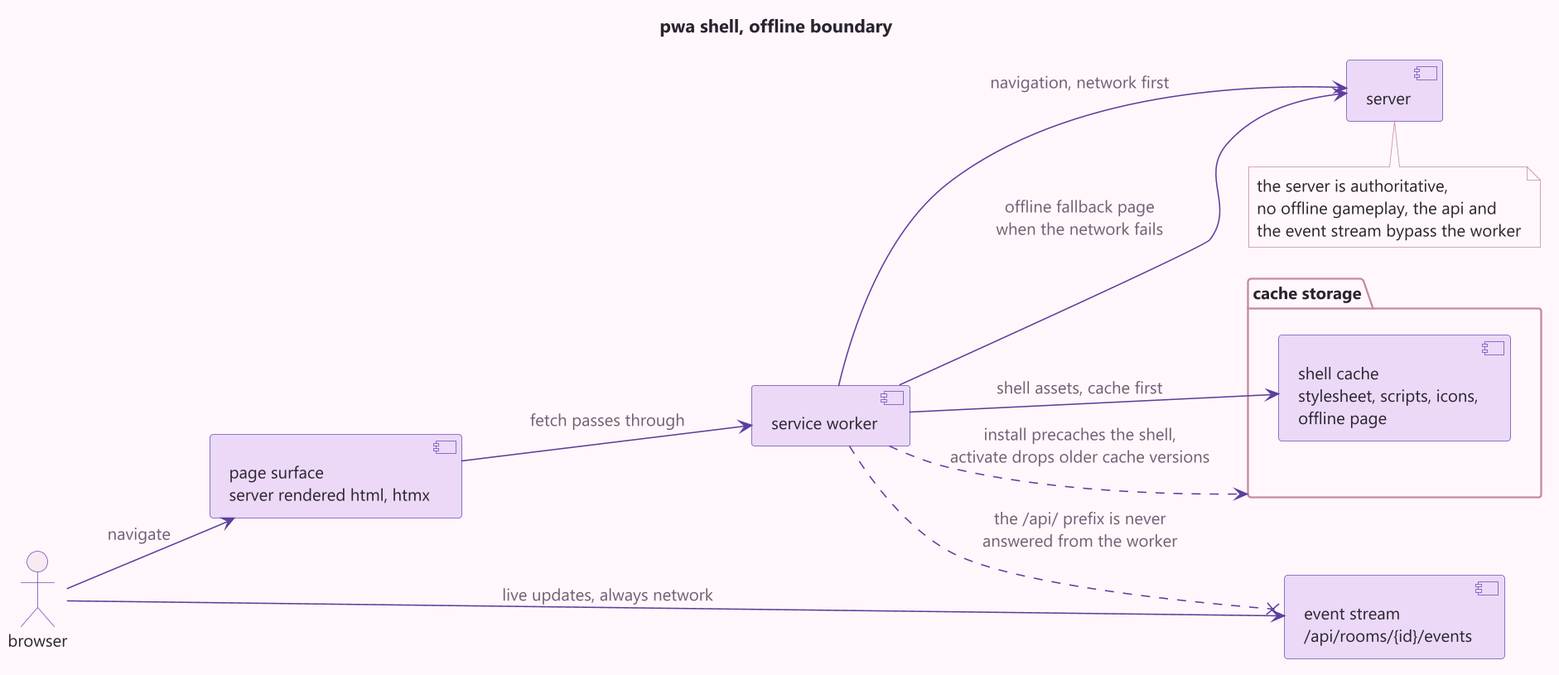
The PlantUML diagram docs/diagrams/pwa-shell.png in lavantien/caro-ai-pvp, before a commit.
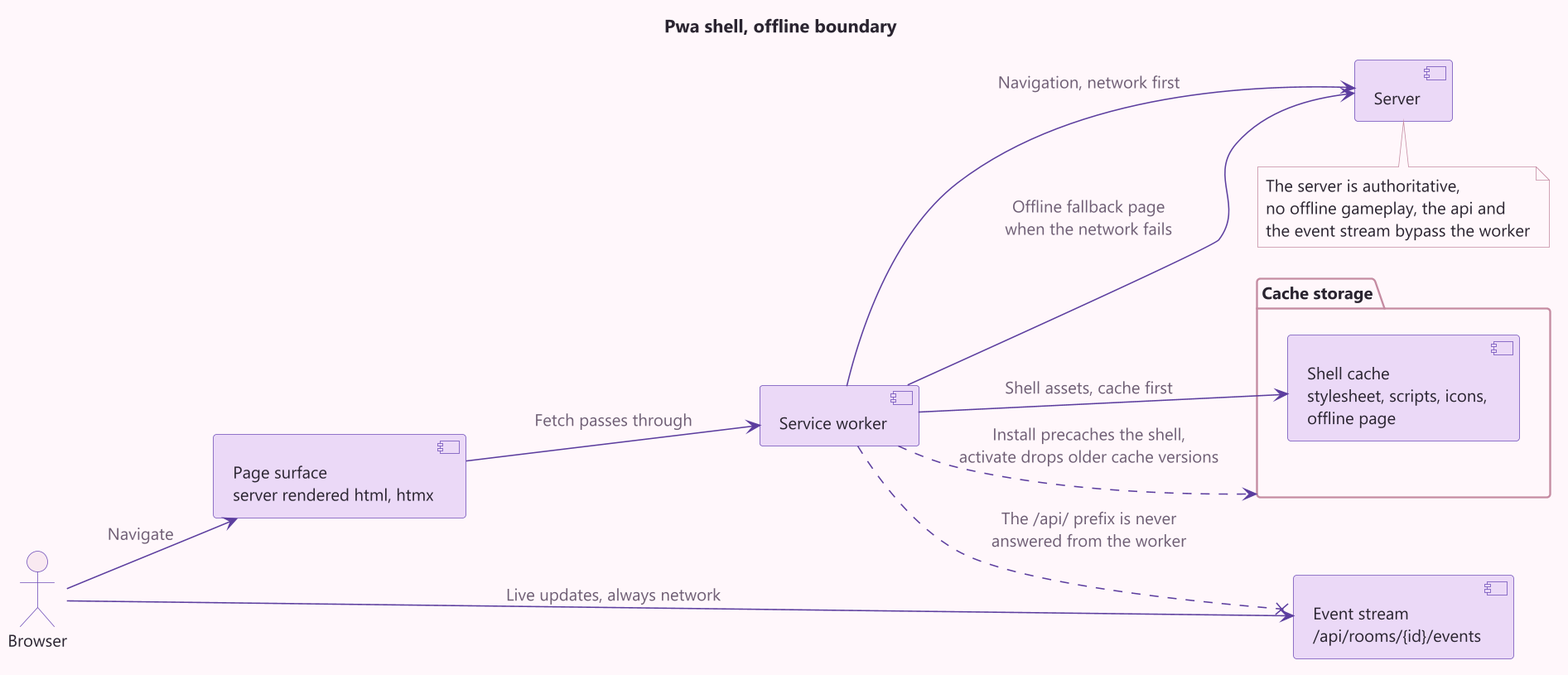
Later version of the same file.

What changed in the source:
```diff
@@ -1,27 +1,27 @@
 @startuml pwa-shell
 !include common.iuml
 left to right direction
-title pwa shell, offline boundary
+title Pwa shell, offline boundary
 
-actor "browser" as browser
-component "page surface\nserver rendered html, htmx" as pages
-component "service worker" as sw
-package "cache storage" as cache {
-  component "shell cache\nstylesheet, scripts, icons,\noffline page" as shell
+actor "Browser" as browser
+component "Page surface\nserver rendered html, htmx" as pages
+component "Service worker" as sw
+package "Cache storage" as cache {
+  component "Shell cache\nstylesheet, scripts, icons,\noffline page" as shell
 }
-component "server" as server
-component "event stream\n/api/rooms/{id}/events" as sse
+component "Server" as server
+component "Event stream\n/api/rooms/{id}/events" as sse
 
-browser --> pages : navigate
-pages --> sw : fetch passes through
-sw --> shell : shell assets, cache first
-sw --> server : navigation, network first
-sw ..> cache : install precaches the shell,\nactivate drops older cache versions
-sw --> server : offline fallback page\nwhen the network fails
-browser --> sse : live updates, always network
-sw ..x sse : the /api/ prefix is never\nanswered from the worker
+browser --> pages : Navigate
+pages --> sw : Fetch passes through
+sw --> shell : Shell assets, cache first
+sw --> server : Navigation, network first
+sw ..> cache : Install precaches the shell,\nactivate drops older cache versions
+sw --> server : Offline fallback page\nwhen the network fails
+browser --> sse : Live updates, always network
+sw ..x sse : The /api/ prefix is never\nanswered from the worker
 note bottom of server
-  the server is authoritative,
+  The server is authoritative,
   no offline gameplay, the api and
   the event stream bypass the worker
 end note
```
